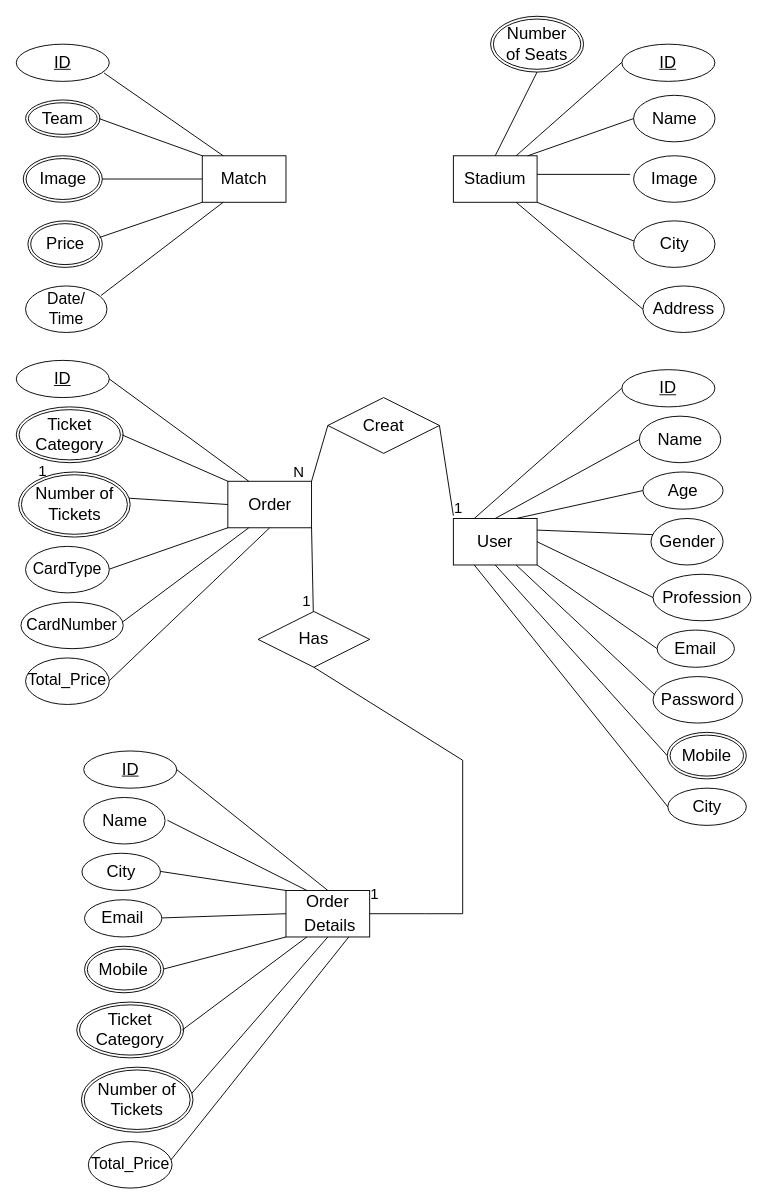
Earlier version of the draw.io diagram Untitled Diagram.drawio (zannatulferdaus1234/Hello_World). Source tidied: cells renumbered, new cells numbered last; positions are measured from the earlier drawing's top-left corner, leaving out a move shared by most shapes. Both pictures are drawn from the tidied source at 93%, with x=0, y=0 at pixel (16, 16).
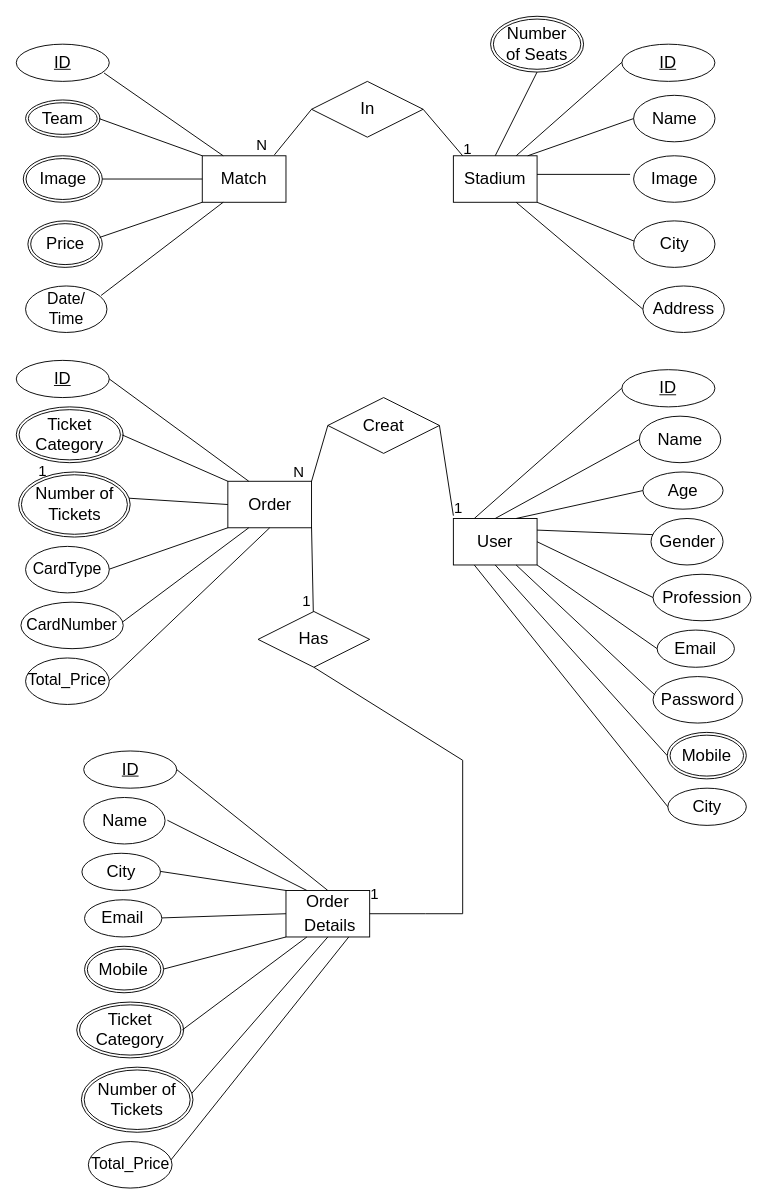
After the change.

The change refers to these unchanged cells:
```xml
<mxCell id="2" value="&lt;p style=&quot;line-height: 100%&quot;&gt;&lt;font style=&quot;font-size: 18px&quot;&gt;Match&lt;/font&gt;&lt;/p&gt;" style="rounded=0;whiteSpace=wrap;html=1;" parent="1" vertex="1">
  <mxGeometry x="200" y="150" width="90" height="50" as="geometry" />
</mxCell>
```

Change to the diagram source:
```diff
@@
+    <mxCell id="87" value="&lt;span style=&quot;font-size: 18px&quot;&gt;In&lt;/span&gt;" style="shape=rhombus;perimeter=rhombusPerimeter;whiteSpace=wrap;html=1;align=center;" parent="1" vertex="1">
+      <mxGeometry x="317.5" y="70" width="120" height="60" as="geometry" />
+    </mxCell>
+    <mxCell id="88" style="endArrow=none;html=1;rounded=0;exitX=1;exitY=0.5;exitDx=0;exitDy=0;" parent="1" edge="1" source="87">
+      <mxGeometry relative="1" as="geometry">
+        <mxPoint x="480" y="150" as="targetPoint" />
+      </mxGeometry>
+    </mxCell>
+    <mxCell id="89" value="1" style="html=1;align=right;verticalAlign=bottom;fontSize=16;" parent="88" vertex="1">
+      <mxGeometry x="1" relative="1" as="geometry">
+        <mxPoint x="9.9" y="3.3" as="offset" />
+      </mxGeometry>
+    </mxCell>
+    <mxCell id="90" style="endArrow=none;html=1;rounded=0;entryX=0.862;entryY=-0.02;entryDx=0;entryDy=0;exitX=0;exitY=0.5;exitDx=0;exitDy=0;entryPerimeter=0;" parent="1" edge="1" target="2">
+      <mxGeometry relative="1" as="geometry">
+        <mxPoint x="317.5" y="100" as="sourcePoint" />
+      </mxGeometry>
+    </mxCell>
+    <mxCell id="91" value="N" style="html=1;align=right;verticalAlign=bottom;fontSize=16;" parent="90" vertex="1">
+      <mxGeometry x="1" relative="1" as="geometry">
+        <mxPoint x="-7.6" y="0.4" as="offset" />
+      </mxGeometry>
+    </mxCell>
```
